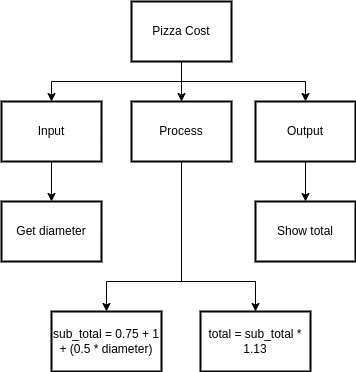
This is drawio/topDownDesign/topDownDesign.png from Aidan-Lalonde-Novales/ICS3U-Unit3-02-Python, a draw.io export, as it was before one commit. Source tidied: cells renumbered, new cells last; positions are measured from the earlier drawing's top-left corner, leaving out a move shared by most shapes. Its diagram source:
```xml
<mxGraphModel>
  <root>
    <mxCell id="0" />
    <mxCell id="1" parent="0" />
    <mxCell id="2" style="edgeStyle=none;rounded=0;html=1;exitX=0.5;exitY=1;exitDx=0;exitDy=0;entryX=0.5;entryY=0;entryDx=0;entryDy=0;" parent="1" edge="1" source="4" target="15">
      <mxGeometry relative="1" as="geometry">
        <Array as="points">
          <mxPoint x="180" y="280" />
          <mxPoint x="105" y="280" />
        </Array>
      </mxGeometry>
    </mxCell>
    <mxCell id="3" style="edgeStyle=none;rounded=0;html=1;exitX=0.5;exitY=1;exitDx=0;exitDy=0;entryX=0.5;entryY=0;entryDx=0;entryDy=0;" parent="1" edge="1" source="4" target="16">
      <mxGeometry relative="1" as="geometry">
        <Array as="points">
          <mxPoint x="180" y="280" />
          <mxPoint x="254" y="280" />
        </Array>
      </mxGeometry>
    </mxCell>
    <mxCell id="4" value="Process" style="rounded=0;whiteSpace=wrap;html=1;absoluteArcSize=1;arcSize=14;strokeWidth=2;" parent="1" vertex="1">
      <mxGeometry x="130" y="100" width="100" height="60" as="geometry" />
    </mxCell>
    <mxCell id="5" style="edgeStyle=none;html=1;exitX=0.5;exitY=1;exitDx=0;exitDy=0;entryX=0.5;entryY=0;entryDx=0;entryDy=0;rounded=0;" parent="1" edge="1" source="8" target="10">
      <mxGeometry relative="1" as="geometry">
        <Array as="points">
          <mxPoint x="180" y="80" />
          <mxPoint x="50" y="80" />
        </Array>
      </mxGeometry>
    </mxCell>
    <mxCell id="6" style="edgeStyle=none;rounded=0;html=1;exitX=0.5;exitY=1;exitDx=0;exitDy=0;entryX=0.5;entryY=0;entryDx=0;entryDy=0;" parent="1" edge="1" source="8" target="4">
      <mxGeometry relative="1" as="geometry" />
    </mxCell>
    <mxCell id="7" style="edgeStyle=none;rounded=0;html=1;exitX=0.5;exitY=1;exitDx=0;exitDy=0;entryX=0.5;entryY=0;entryDx=0;entryDy=0;" parent="1" edge="1" source="8" target="12">
      <mxGeometry relative="1" as="geometry">
        <Array as="points">
          <mxPoint x="180" y="80" />
          <mxPoint x="304" y="80" />
        </Array>
      </mxGeometry>
    </mxCell>
    <mxCell id="8" value="Pizza Cost" style="rounded=0;whiteSpace=wrap;html=1;absoluteArcSize=1;arcSize=14;strokeWidth=2;" parent="1" vertex="1">
      <mxGeometry x="130" width="100" height="60" as="geometry" />
    </mxCell>
    <mxCell id="9" style="edgeStyle=none;rounded=0;html=1;exitX=0.5;exitY=1;exitDx=0;exitDy=0;entryX=0.5;entryY=0;entryDx=0;entryDy=0;" parent="1" edge="1" source="10" target="13">
      <mxGeometry relative="1" as="geometry" />
    </mxCell>
    <mxCell id="10" value="Input" style="rounded=0;whiteSpace=wrap;html=1;absoluteArcSize=1;arcSize=14;strokeWidth=2;" parent="1" vertex="1">
      <mxGeometry y="100" width="100" height="60" as="geometry" />
    </mxCell>
    <mxCell id="11" style="edgeStyle=none;rounded=0;html=1;entryX=0.5;entryY=0;entryDx=0;entryDy=0;" parent="1" edge="1" source="12" target="14">
      <mxGeometry relative="1" as="geometry" />
    </mxCell>
    <mxCell id="12" value="Output" style="rounded=0;whiteSpace=wrap;html=1;absoluteArcSize=1;arcSize=14;strokeWidth=2;" parent="1" vertex="1">
      <mxGeometry x="254" y="100" width="100" height="60" as="geometry" />
    </mxCell>
    <mxCell id="13" value="Get diameter" style="rounded=0;whiteSpace=wrap;html=1;absoluteArcSize=1;arcSize=14;strokeWidth=2;" parent="1" vertex="1">
      <mxGeometry y="200" width="100" height="60" as="geometry" />
    </mxCell>
    <mxCell id="14" value="Show total" style="rounded=0;whiteSpace=wrap;html=1;absoluteArcSize=1;arcSize=14;strokeWidth=2;" parent="1" vertex="1">
      <mxGeometry x="254" y="200" width="100" height="60" as="geometry" />
    </mxCell>
    <mxCell id="15" value="sub_total = 0.75 + 1 + (0.5 * diameter)" style="rounded=0;whiteSpace=wrap;html=1;absoluteArcSize=1;arcSize=14;strokeWidth=2;" parent="1" vertex="1">
      <mxGeometry x="50" y="310" width="110" height="60" as="geometry" />
    </mxCell>
    <mxCell id="16" value="total = sub_total * 1.13" style="rounded=0;whiteSpace=wrap;html=1;absoluteArcSize=1;arcSize=14;strokeWidth=2;" parent="1" vertex="1">
      <mxGeometry x="199" y="310" width="110" height="60" as="geometry" />
    </mxCell>
  </root>
</mxGraphModel>
```
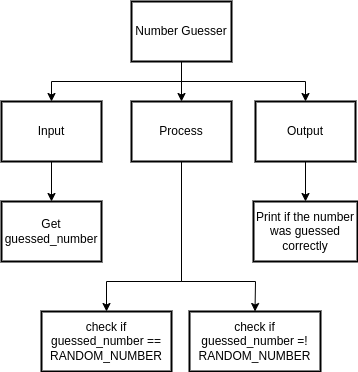
After the change.

Change to the diagram source:
```diff
@@ -40,7 +40,7 @@
         </Array>
       </mxGeometry>
     </mxCell>
-    <mxCell id="8" value="Pizza Cost" style="rounded=0;whiteSpace=wrap;html=1;absoluteArcSize=1;arcSize=14;strokeWidth=2;" parent="1" vertex="1">
+    <mxCell id="8" value="Number Guesser" style="rounded=0;whiteSpace=wrap;html=1;absoluteArcSize=1;arcSize=14;strokeWidth=2;" parent="1" vertex="1">
       <mxGeometry x="130" width="100" height="60" as="geometry" />
     </mxCell>
     <mxCell id="9" style="edgeStyle=none;rounded=0;html=1;exitX=0.5;exitY=1;exitDx=0;exitDy=0;entryX=0.5;entryY=0;entryDx=0;entryDy=0;" parent="1" edge="1" source="10" target="13">
@@ -55,17 +55,17 @@
     <mxCell id="12" value="Output" style="rounded=0;whiteSpace=wrap;html=1;absoluteArcSize=1;arcSize=14;strokeWidth=2;" parent="1" vertex="1">
       <mxGeometry x="254" y="100" width="100" height="60" as="geometry" />
     </mxCell>
-    <mxCell id="13" value="Get diameter" style="rounded=0;whiteSpace=wrap;html=1;absoluteArcSize=1;arcSize=14;strokeWidth=2;" parent="1" vertex="1">
+    <mxCell id="13" value="Get guessed_number" style="rounded=0;whiteSpace=wrap;html=1;absoluteArcSize=1;arcSize=14;strokeWidth=2;" parent="1" vertex="1">
       <mxGeometry y="200" width="100" height="60" as="geometry" />
     </mxCell>
-    <mxCell id="14" value="Show total" style="rounded=0;whiteSpace=wrap;html=1;absoluteArcSize=1;arcSize=14;strokeWidth=2;" parent="1" vertex="1">
-      <mxGeometry x="254" y="200" width="100" height="60" as="geometry" />
+    <mxCell id="14" value="Print if the number was guessed correctly" style="rounded=0;whiteSpace=wrap;html=1;absoluteArcSize=1;arcSize=14;strokeWidth=2;" parent="1" vertex="1">
+      <mxGeometry x="252" y="200" width="104" height="60" as="geometry" />
     </mxCell>
-    <mxCell id="15" value="sub_total = 0.75 + 1 + (0.5 * diameter)" style="rounded=0;whiteSpace=wrap;html=1;absoluteArcSize=1;arcSize=14;strokeWidth=2;" parent="1" vertex="1">
-      <mxGeometry x="50" y="310" width="110" height="60" as="geometry" />
+    <mxCell id="15" value="check if guessed_number == RANDOM_NUMBER" style="rounded=0;whiteSpace=wrap;html=1;absoluteArcSize=1;arcSize=14;strokeWidth=2;" parent="1" vertex="1">
+      <mxGeometry x="40" y="310" width="130" height="60" as="geometry" />
     </mxCell>
-    <mxCell id="16" value="total = sub_total * 1.13" style="rounded=0;whiteSpace=wrap;html=1;absoluteArcSize=1;arcSize=14;strokeWidth=2;" parent="1" vertex="1">
-      <mxGeometry x="199" y="310" width="110" height="60" as="geometry" />
+    <mxCell id="16" value="check if guessed_number =! RANDOM_NUMBER" style="rounded=0;whiteSpace=wrap;html=1;absoluteArcSize=1;arcSize=14;strokeWidth=2;" parent="1" vertex="1">
+      <mxGeometry x="188" y="310" width="131" height="60" as="geometry" />
     </mxCell>
   </root>
 </mxGraphModel>
```
